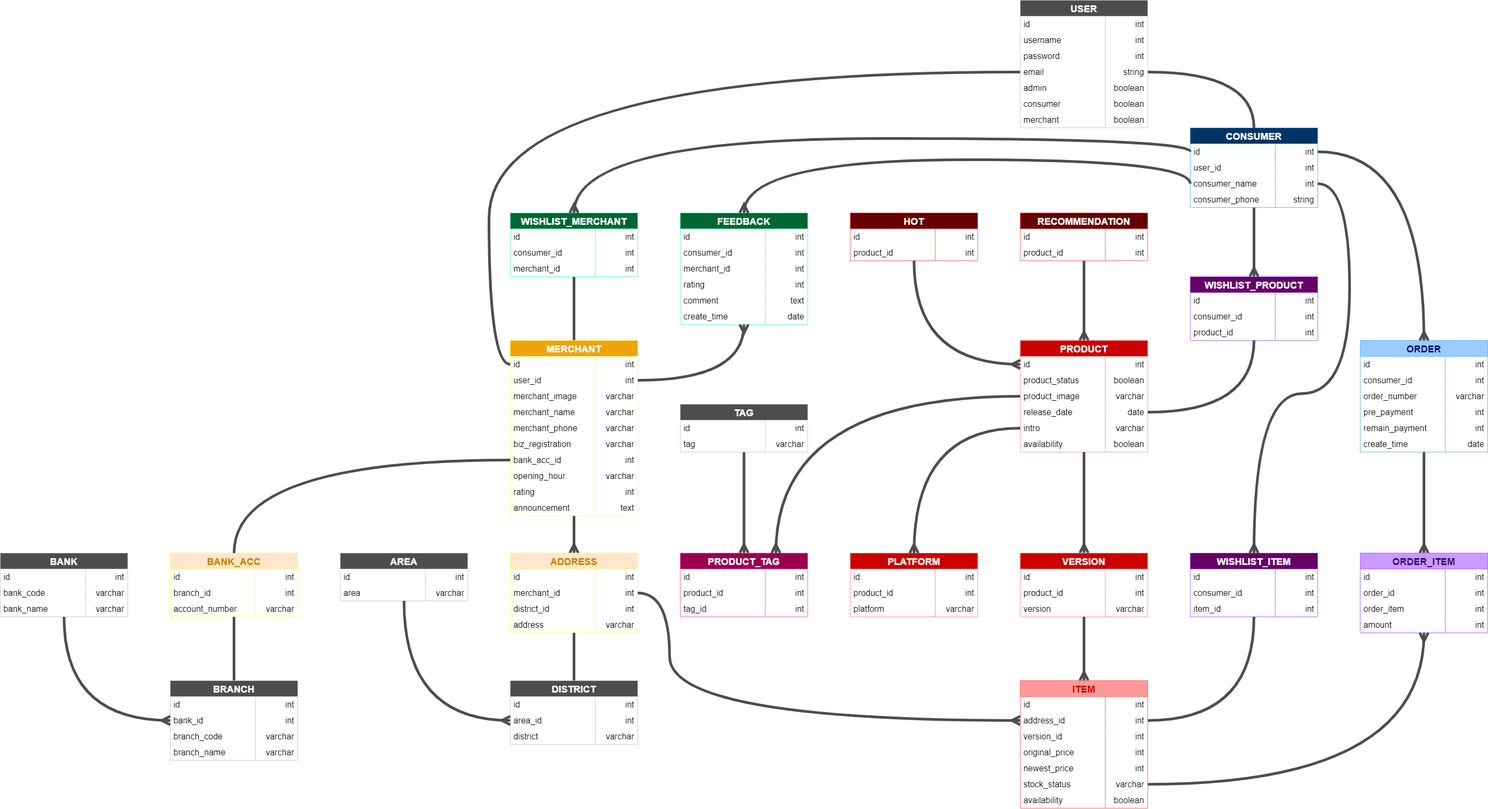
This is guideline/sql_diagram/erd.png from Wils0nLin/FRD-Project, a draw.io export, as it was before one commit. Source tidied: cells renumbered, new cells last; positions are measured from the earlier drawing's top-left corner, leaving out a move shared by most shapes.
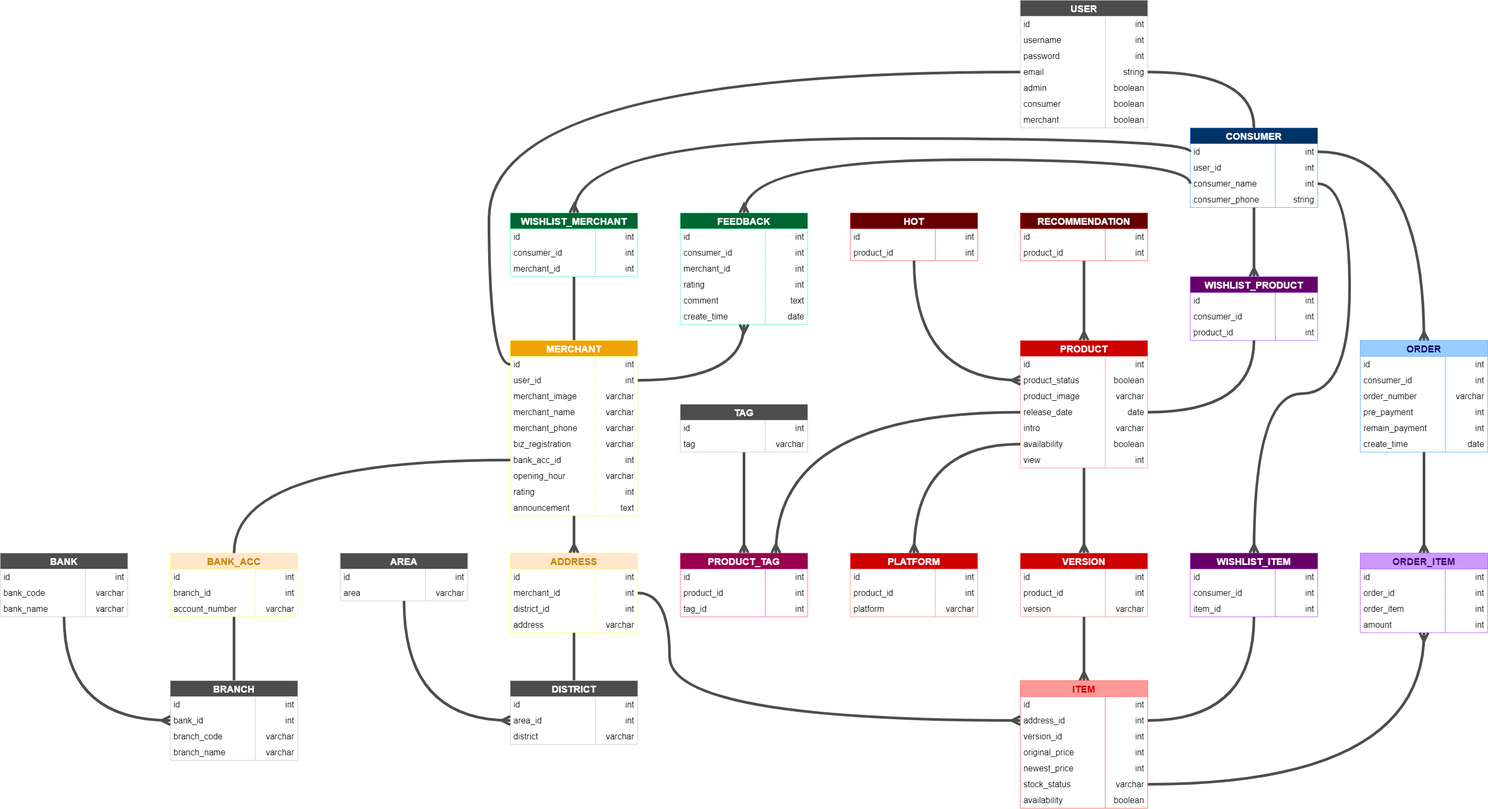
Above is the later version.

Change to the diagram source:
```diff
@@ -245,7 +245,7 @@
       <mxGeometry relative="1" as="geometry" />
     </mxCell>
     <mxCell id="82" value="PRODUCT" style="shape=table;startSize=30;rowLines=0;fontStyle=1;fontSize=18;labelBackgroundColor=none;fillColor=#CC0000;fontColor=#ffffff;strokeColor=#FF9999;swimlaneFillColor=default;" parent="1" vertex="1">
-      <mxGeometry x="1920" y="640" width="240" height="210" as="geometry" />
+      <mxGeometry x="1920" y="640" width="240" height="240" as="geometry" />
     </mxCell>
     <mxCell id="83" style="shape=tableRow;horizontal=0;startSize=0;swimlaneHead=0;swimlaneBody=0;top=0;left=0;bottom=0;right=0;fillColor=none;points=[[0,0.5],[1,0.5]];portConstraint=eastwest;" parent="82" vertex="1">
       <mxGeometry y="30" width="240" height="30" as="geometry" />
@@ -301,6 +301,15 @@
     <mxCell id="100" value="boolean&amp;nbsp;" style="shape=partialRectangle;html=1;whiteSpace=wrap;fillColor=none;top=0;left=0;bottom=0;right=0;align=right;spacingLeft=6;overflow=hidden;fontSize=16;" parent="98" vertex="1">
       <mxGeometry x="160" width="80" height="30" as="geometry" />
     </mxCell>
+    <mxCell id="331" style="shape=tableRow;horizontal=0;startSize=0;swimlaneHead=0;swimlaneBody=0;top=0;left=0;bottom=0;right=0;fillColor=none;" parent="82" vertex="1">
+      <mxGeometry y="210" width="240" height="30" as="geometry" />
+    </mxCell>
+    <mxCell id="332" value="&amp;nbsp;view" style="shape=partialRectangle;html=1;whiteSpace=wrap;fillColor=none;top=0;left=0;bottom=0;right=0;overflow=hidden;fontSize=16;align=left;" parent="331" vertex="1">
+      <mxGeometry width="160" height="30" as="geometry" />
+    </mxCell>
+    <mxCell id="333" value="int&amp;nbsp;" style="shape=partialRectangle;html=1;whiteSpace=wrap;fillColor=none;top=0;left=0;bottom=0;right=0;align=right;spacingLeft=6;overflow=hidden;fontSize=16;" parent="331" vertex="1">
+      <mxGeometry x="160" width="80" height="30" as="geometry" />
+    </mxCell>
     <mxCell id="101" style="edgeStyle=orthogonalEdgeStyle;curved=1;html=1;exitX=0.5;exitY=0;exitDx=0;exitDy=0;strokeColor=#4D4D4D;strokeWidth=5;fontSize=16;fontColor=#C4860A;startArrow=none;startFill=0;endArrow=none;endFill=0;startSize=10;endSize=10;" parent="1" edge="1" source="102" target="133">
       <mxGeometry relative="1" as="geometry" />
     </mxCell>
@@ -957,13 +966,13 @@
     <mxCell id="317" style="edgeStyle=orthogonalEdgeStyle;curved=1;html=1;exitX=1;exitY=0.5;exitDx=0;exitDy=0;entryX=0.5;entryY=0;entryDx=0;entryDy=0;strokeColor=#4D4D4D;strokeWidth=5;fontSize=16;fontColor=#C4860A;startArrow=none;startFill=0;endArrow=ERmany;endFill=0;startSize=10;endSize=10;" parent="1" edge="1" source="25" target="37">
       <mxGeometry relative="1" as="geometry" />
     </mxCell>
-    <mxCell id="318" style="edgeStyle=orthogonalEdgeStyle;curved=1;html=1;exitX=0;exitY=0.5;exitDx=0;exitDy=0;strokeColor=#4D4D4D;strokeWidth=5;fontSize=16;fontColor=#C4860A;startArrow=ERmany;startFill=0;endArrow=none;endFill=0;startSize=10;endSize=10;" parent="1" edge="1" source="83" target="162">
+    <mxCell id="318" style="edgeStyle=orthogonalEdgeStyle;curved=1;html=1;exitX=0;exitY=0.5;exitDx=0;exitDy=0;strokeColor=#4D4D4D;strokeWidth=5;fontSize=16;fontColor=#C4860A;startArrow=ERmany;startFill=0;endArrow=none;endFill=0;startSize=10;endSize=10;" parent="1" edge="1" source="86" target="162">
       <mxGeometry relative="1" as="geometry" />
     </mxCell>
-    <mxCell id="319" style="edgeStyle=orthogonalEdgeStyle;curved=1;html=1;exitX=0;exitY=0.5;exitDx=0;exitDy=0;entryX=0.5;entryY=0;entryDx=0;entryDy=0;strokeColor=#4D4D4D;strokeWidth=5;fontSize=16;fontColor=#C4860A;startArrow=none;startFill=0;endArrow=ERmany;endFill=0;startSize=10;endSize=10;" parent="1" edge="1" source="95" target="187">
+    <mxCell id="319" style="edgeStyle=orthogonalEdgeStyle;curved=1;html=1;exitX=0;exitY=0.5;exitDx=0;exitDy=0;entryX=0.5;entryY=0;entryDx=0;entryDy=0;strokeColor=#4D4D4D;strokeWidth=5;fontSize=16;fontColor=#C4860A;startArrow=none;startFill=0;endArrow=ERmany;endFill=0;startSize=10;endSize=10;" parent="1" edge="1" source="98" target="187">
       <mxGeometry relative="1" as="geometry" />
     </mxCell>
-    <mxCell id="320" style="edgeStyle=orthogonalEdgeStyle;curved=1;html=1;exitX=0;exitY=0.5;exitDx=0;exitDy=0;entryX=0.75;entryY=0;entryDx=0;entryDy=0;strokeColor=#4D4D4D;strokeWidth=5;fontSize=16;fontColor=#C4860A;startArrow=none;startFill=0;endArrow=ERmany;endFill=0;startSize=10;endSize=10;" parent="1" edge="1" source="89" target="198">
+    <mxCell id="320" style="edgeStyle=orthogonalEdgeStyle;curved=1;html=1;exitX=0;exitY=0.5;exitDx=0;exitDy=0;entryX=0.75;entryY=0;entryDx=0;entryDy=0;strokeColor=#4D4D4D;strokeWidth=5;fontSize=16;fontColor=#C4860A;startArrow=none;startFill=0;endArrow=ERmany;endFill=0;startSize=10;endSize=10;" parent="1" edge="1" source="92" target="198">
       <mxGeometry relative="1" as="geometry" />
     </mxCell>
     <mxCell id="321" style="edgeStyle=orthogonalEdgeStyle;curved=1;html=1;exitX=0;exitY=0.5;exitDx=0;exitDy=0;entryX=0.5;entryY=0;entryDx=0;entryDy=0;strokeColor=#4D4D4D;strokeWidth=5;fontSize=16;fontColor=#C4860A;startArrow=none;startFill=0;endArrow=ERmany;endFill=0;startSize=10;endSize=10;" parent="1" edge="1" source="25" target="133">
```
